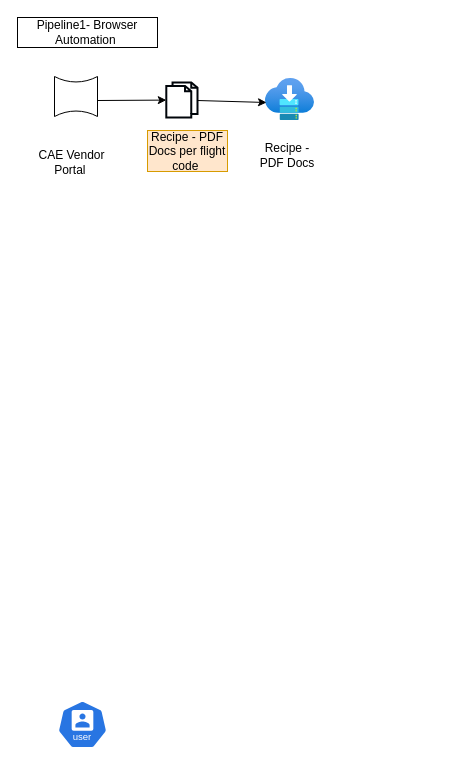
This is GG_Flight_DocProcessing.drawio from ashokdcosta/diagrams, a draw.io file, before an edit. Source tidied: cells renumbered, new cells numbered last; positions are measured from the earlier drawing's top-left corner, leaving out a move shared by most shapes. Both pictures are drawn from the tidied source at 100%, with x=0, y=0 at pixel (17, 17).
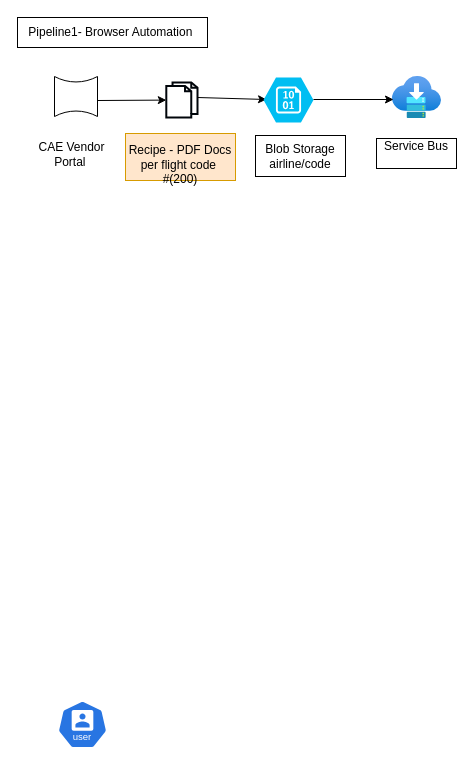
The same diagram, later.

The edit, as a diff of the source:
```diff
@@
 <mxGraphModel>
   <root>
     <mxCell id="0" />
     <mxCell id="1" parent="0" />
     <mxCell id="2" style="sketch=0;html=1;dashed=0;whitespace=wrap;verticalLabelPosition=bottom;verticalAlign=top;fillColor=#2875E2;strokeColor=#ffffff;shape=mxgraph.kubernetes.icon2;kubernetesLabel=1;prIcon=user;" parent="1" vertex="1">
       <mxGeometry x="40" y="683" width="50" height="48" as="geometry" />
     </mxCell>
     <mxCell id="3" style="verticalLabelPosition=bottom;align=center;dashed=0;html=1;verticalAlign=top;shape=mxgraph.pid.flow_sensors.venturi;" parent="1" vertex="1">
       <mxGeometry x="37" y="59" width="43" height="40" as="geometry" />
     </mxCell>
     <mxCell id="4" value="CAE Vendor Portal&amp;nbsp;" style="text;html=1;whiteSpace=wrap;strokeColor=none;fillColor=none;align=center;verticalAlign=middle;rounded=0;" parent="1" vertex="1">
-      <mxGeometry x="20" y="124" width="69" height="42" as="geometry" />
+      <mxGeometry x="20" y="116" width="69" height="42" as="geometry" />
     </mxCell>
     <mxCell id="5" value="Pipeline1- Browser Automation&amp;nbsp;" style="text;html=1;whiteSpace=wrap;strokeColor=default;fillColor=none;align=center;verticalAlign=middle;rounded=0;" parent="1" vertex="1">
-      <mxGeometry width="140" height="30" as="geometry" />
+      <mxGeometry width="190" height="30" as="geometry" />
     </mxCell>
     <mxCell id="6" style="endArrow=classic;html=1;rounded=0;" parent="1" edge="1" target="7">
       <mxGeometry relative="1" as="geometry">
         <mxPoint x="80" y="83" as="sourcePoint" />
       </mxGeometry>
     </mxCell>
     <mxCell id="7" style="html=1;verticalLabelPosition=bottom;align=center;labelBackgroundColor=#ffffff;verticalAlign=top;strokeWidth=2;strokeColor=light-dark(#00050a, #32a0ff);shadow=0;dashed=0;shape=mxgraph.ios7.icons.documents;" parent="1" vertex="1">
       <mxGeometry x="148.8" y="65" width="31.2" height="35" as="geometry" />
     </mxCell>
-    <mxCell id="8" value="Recipe - PDF Docs per flight code&amp;nbsp;" style="text;html=1;whiteSpace=wrap;strokeColor=#d79b00;fillColor=#ffe6cc;align=center;verticalAlign=middle;rounded=0;" parent="1" vertex="1">
-      <mxGeometry x="130" y="113" width="80" height="41" as="geometry" />
+    <mxCell id="8" value="&lt;div&gt;&lt;br&gt;&lt;/div&gt;Recipe - PDF Docs per flight code&amp;nbsp;&lt;div&gt;&lt;span style=&quot;background-color: transparent; color: light-dark(rgb(0, 0, 0), rgb(255, 255, 255));&quot;&gt;#(200)&lt;/span&gt;&lt;/div&gt;" style="text;html=1;whiteSpace=wrap;strokeColor=#d79b00;fillColor=#ffe6cc;align=center;verticalAlign=middle;rounded=0;" parent="1" vertex="1">
+      <mxGeometry x="108" y="116" width="110" height="47" as="geometry" />
     </mxCell>
     <mxCell id="9" style="image;html=1;align=center;fontSize=12;image=img/lib/azure2/general/Service_Bus.svg;" parent="1" vertex="1">
-      <mxGeometry x="248" y="61" width="49" height="42" as="geometry" />
+      <mxGeometry x="375" y="59" width="49" height="42" as="geometry" />
     </mxCell>
     <mxCell id="10" style="endArrow=classic;html=1;rounded=0;" parent="1" edge="1">
       <mxGeometry relative="1" as="geometry">
-        <mxPoint x="180" y="83" as="sourcePoint" />
-        <mxPoint x="249" y="85" as="targetPoint" />
+        <mxPoint x="180" y="80" as="sourcePoint" />
+        <mxPoint x="249" y="82" as="targetPoint" />
       </mxGeometry>
     </mxCell>
-    <mxCell id="11" value="Recipe - PDF Docs" style="text;html=1;whiteSpace=wrap;strokeColor=none;fillColor=none;align=center;verticalAlign=middle;rounded=0;" parent="1" vertex="1">
-      <mxGeometry x="240" y="123" width="60" height="30" as="geometry" />
+    <mxCell id="11" value="Service Bus&lt;div&gt;&amp;nbsp;&lt;/div&gt;" style="text;html=1;whiteSpace=wrap;strokeColor=default;fillColor=none;align=center;verticalAlign=middle;rounded=0;" parent="1" vertex="1">
+      <mxGeometry x="359" y="121" width="80" height="30" as="geometry" />
     </mxCell>
+    <mxCell id="12" style="verticalLabelPosition=bottom;html=1;verticalAlign=top;align=center;strokeColor=none;fillColor=#00BEF2;shape=mxgraph.azure.storage_blob;" parent="1" vertex="1">
+      <mxGeometry x="246" y="60" width="50" height="45" as="geometry" />
+    </mxCell>
+    <mxCell id="13" value="&lt;div&gt;Blob Storage&lt;/div&gt;&lt;div&gt;airline/code&lt;/div&gt;" style="text;html=1;whiteSpace=wrap;strokeColor=default;fillColor=none;align=center;verticalAlign=middle;rounded=0;" parent="1" vertex="1">
+      <mxGeometry x="238" y="118" width="90" height="41" as="geometry" />
+    </mxCell>
+    <mxCell id="14" style="edgeStyle=none;orthogonalLoop=1;jettySize=auto;html=1;rounded=0;" parent="1" edge="1">
+      <mxGeometry relative="1" as="geometry">
+        <mxPoint x="296" y="82" as="sourcePoint" />
+        <mxPoint x="376" y="82" as="targetPoint" />
+      </mxGeometry>
+    </mxCell>
   </root>
 </mxGraphModel>
```
